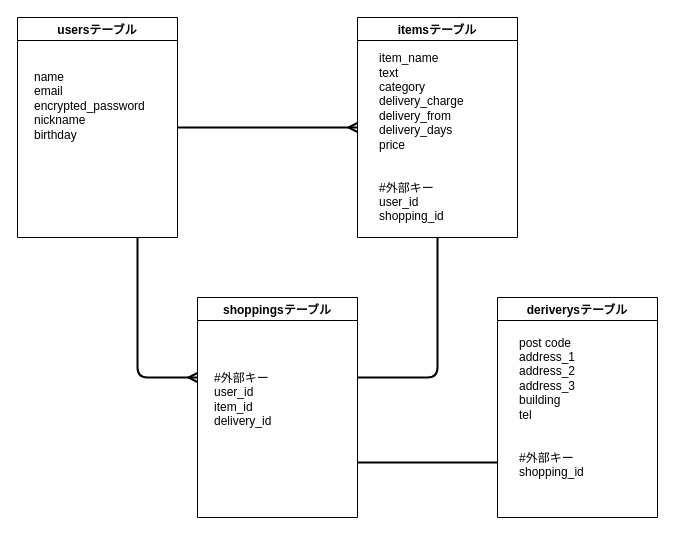
Earlier version of the draw.io diagram test.dio (mm913/furima-37151). Source tidied: cells renumbered, new cells numbered last; positions are measured from the earlier drawing's top-left corner, leaving out a move shared by most shapes. Both pictures are drawn from the tidied source at 100%, with x=0, y=0 at pixel (17, 17).
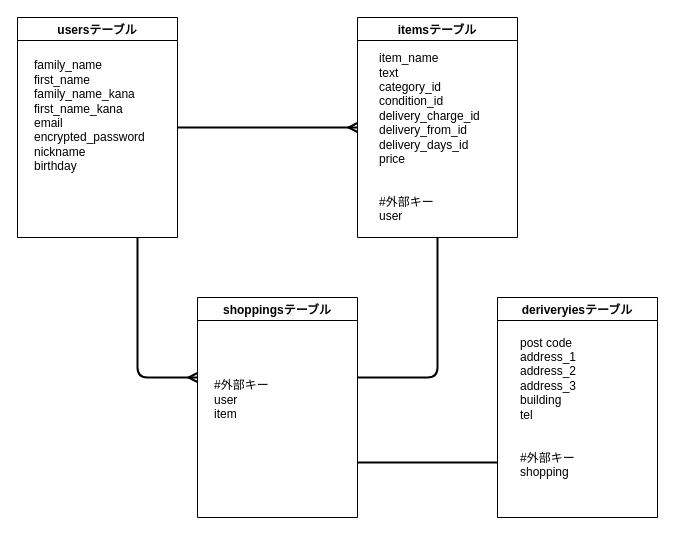
After the change.

Commit message (it also covers changes not shown here):
ER図の作成とREADMEの記述【修正】

Change to the diagram source:
```diff
@@
 <mxGraphModel>
   <root>
     <mxCell id="0" />
     <mxCell id="1" parent="0" />
     <mxCell id="2" style="edgeStyle=none;html=1;endArrow=ERmany;endFill=0;entryX=0;entryY=0.5;entryDx=0;entryDy=0;strokeWidth=2;jumpSize=7;targetPerimeterSpacing=12;" parent="1" edge="1" target="7">
       <mxGeometry relative="1" as="geometry">
         <mxPoint x="160" y="110" as="sourcePoint" />
       </mxGeometry>
     </mxCell>
     <mxCell id="3" style="edgeStyle=orthogonalEdgeStyle;jumpSize=7;html=1;exitX=0.75;exitY=1;exitDx=0;exitDy=0;endArrow=ERmany;endFill=0;strokeWidth=2;" parent="1" edge="1" source="4">
       <mxGeometry relative="1" as="geometry">
         <mxPoint x="180" y="360" as="targetPoint" />
         <Array as="points">
           <mxPoint x="120" y="360" />
         </Array>
       </mxGeometry>
     </mxCell>
     <mxCell id="4" value="usersテーブル" style="swimlane;" parent="1" vertex="1">
       <mxGeometry width="160" height="220" as="geometry" />
     </mxCell>
-    <mxCell id="5" value="name&lt;br&gt;email&lt;br&gt;&lt;div&gt;&lt;span&gt;encrypted_password&lt;/span&gt;&lt;/div&gt;&lt;div&gt;&lt;span&gt;nickname&lt;/span&gt;&lt;/div&gt;&lt;div&gt;&lt;span&gt;birthday&lt;/span&gt;&lt;/div&gt;&lt;div&gt;&lt;span&gt;&lt;br&gt;&lt;/span&gt;&lt;/div&gt;&lt;div&gt;&lt;span&gt;&lt;br&gt;&lt;/span&gt;&lt;/div&gt;&lt;div&gt;&lt;br&gt;&lt;/div&gt;" style="text;html=1;align=left;verticalAlign=middle;fillColor=none;strokeColor=none;rounded=0;dashed=1;" parent="4" vertex="1">
-      <mxGeometry x="15" y="55" width="130" height="110" as="geometry" />
+    <mxCell id="5" value="family_name&lt;br&gt;first_name&lt;br&gt;family_name_kana&lt;br&gt;first_name_kana&lt;br&gt;email&lt;br&gt;&lt;div&gt;&lt;span&gt;encrypted_password&lt;/span&gt;&lt;/div&gt;&lt;div&gt;&lt;span&gt;nickname&lt;/span&gt;&lt;/div&gt;&lt;div&gt;&lt;span&gt;birthday&lt;/span&gt;&lt;/div&gt;&lt;div&gt;&lt;span&gt;&lt;br&gt;&lt;/span&gt;&lt;/div&gt;&lt;div&gt;&lt;span&gt;&lt;br&gt;&lt;/span&gt;&lt;/div&gt;&lt;div&gt;&lt;br&gt;&lt;/div&gt;" style="text;html=1;align=left;verticalAlign=middle;fillColor=none;strokeColor=none;rounded=0;dashed=1;" parent="4" vertex="1">
+      <mxGeometry x="15" y="45" width="130" height="150" as="geometry" />
     </mxCell>
     <mxCell id="6" style="edgeStyle=orthogonalEdgeStyle;jumpSize=7;html=1;exitX=0.5;exitY=1;exitDx=0;exitDy=0;endArrow=none;endFill=0;strokeWidth=2;" parent="1" edge="1" source="7">
       <mxGeometry relative="1" as="geometry">
         <mxPoint x="340" y="360" as="targetPoint" />
         <Array as="points">
           <mxPoint x="420" y="360" />
           <mxPoint x="360" y="360" />
         </Array>
       </mxGeometry>
     </mxCell>
     <mxCell id="7" value="itemsテーブル" style="swimlane;" parent="1" vertex="1">
       <mxGeometry x="340" width="160" height="220" as="geometry" />
     </mxCell>
-    <mxCell id="8" value="item_name&lt;br&gt;text&lt;br&gt;category&lt;br&gt;delivery_charge&lt;br&gt;delivery_from&lt;br&gt;delivery_days&lt;br&gt;price&lt;br&gt;&lt;br&gt;&lt;br&gt;#外部キー&lt;br&gt;user_id&lt;br&gt;shopping_id" style="text;html=1;align=left;verticalAlign=middle;fillColor=none;strokeColor=none;rounded=0;dashed=1;" parent="7" vertex="1">
-      <mxGeometry x="20" y="35" width="100" height="170" as="geometry" />
+    <mxCell id="8" value="item_name&lt;br&gt;text&lt;br&gt;category_id&lt;br&gt;condition_id&lt;br&gt;delivery_charge_id&lt;br&gt;delivery_from_id&lt;br&gt;delivery_days_id&lt;br&gt;price&lt;br&gt;&lt;br&gt;&lt;br&gt;#外部キー&lt;br&gt;user" style="text;html=1;align=left;verticalAlign=middle;fillColor=none;strokeColor=none;rounded=0;dashed=1;" parent="7" vertex="1">
+      <mxGeometry x="20" y="35" width="120" height="170" as="geometry" />
     </mxCell>
     <mxCell id="9" style="edgeStyle=none;jumpSize=7;html=1;exitX=1;exitY=0.75;exitDx=0;exitDy=0;entryX=0;entryY=0.75;entryDx=0;entryDy=0;endArrow=none;endFill=0;strokeWidth=2;" parent="1" edge="1" source="10" target="12">
       <mxGeometry relative="1" as="geometry" />
     </mxCell>
     <mxCell id="10" value="shoppingsテーブル" style="swimlane;" parent="1" vertex="1">
       <mxGeometry x="180" y="280" width="160" height="220" as="geometry" />
     </mxCell>
-    <mxCell id="11" value="&lt;br&gt;&lt;div&gt;&lt;span&gt;#外部キー&lt;/span&gt;&lt;/div&gt;&lt;div&gt;user_id&lt;/div&gt;&lt;div&gt;&lt;span&gt;i&lt;/span&gt;&lt;span&gt;tem_id&lt;/span&gt;&lt;/div&gt;&lt;div&gt;delivery_id&lt;/div&gt;" style="text;html=1;align=left;verticalAlign=middle;fillColor=none;strokeColor=none;rounded=0;dashed=1;" parent="10" vertex="1">
-      <mxGeometry x="15" y="60" width="70" height="70" as="geometry" />
+    <mxCell id="11" value="&lt;br&gt;&lt;div&gt;&lt;span&gt;#外部キー&lt;/span&gt;&lt;/div&gt;&lt;div&gt;user&lt;/div&gt;&lt;div&gt;&lt;span&gt;i&lt;/span&gt;&lt;span&gt;tem&lt;/span&gt;&lt;/div&gt;" style="text;html=1;align=left;verticalAlign=middle;fillColor=none;strokeColor=none;rounded=0;dashed=1;" parent="10" vertex="1">
+      <mxGeometry x="15" y="65" width="70" height="60" as="geometry" />
     </mxCell>
-    <mxCell id="12" value="deriverysテーブル" style="swimlane;" parent="1" vertex="1">
+    <mxCell id="12" value="deriveryiesテーブル" style="swimlane;" parent="1" vertex="1">
       <mxGeometry x="480" y="280" width="160" height="220" as="geometry" />
     </mxCell>
-    <mxCell id="13" value="post code&lt;br&gt;address_1&lt;br&gt;address_2&lt;br&gt;address_3&lt;br&gt;building&lt;br&gt;tel&lt;br&gt;&lt;br&gt;&lt;br&gt;#外部キー&lt;br&gt;shopping_id" style="text;html=1;align=left;verticalAlign=middle;fillColor=none;strokeColor=none;rounded=0;dashed=1;" parent="12" vertex="1">
-      <mxGeometry x="20" y="40" width="80" height="140" as="geometry" />
+    <mxCell id="13" value="post code&lt;br&gt;address_1&lt;br&gt;address_2&lt;br&gt;address_3&lt;br&gt;building&lt;br&gt;tel&lt;br&gt;&lt;br&gt;&lt;br&gt;#外部キー&lt;br&gt;shopping" style="text;html=1;align=left;verticalAlign=middle;fillColor=none;strokeColor=none;rounded=0;dashed=1;" parent="12" vertex="1">
+      <mxGeometry x="21" y="40" width="70" height="140" as="geometry" />
     </mxCell>
   </root>
 </mxGraphModel>
```
